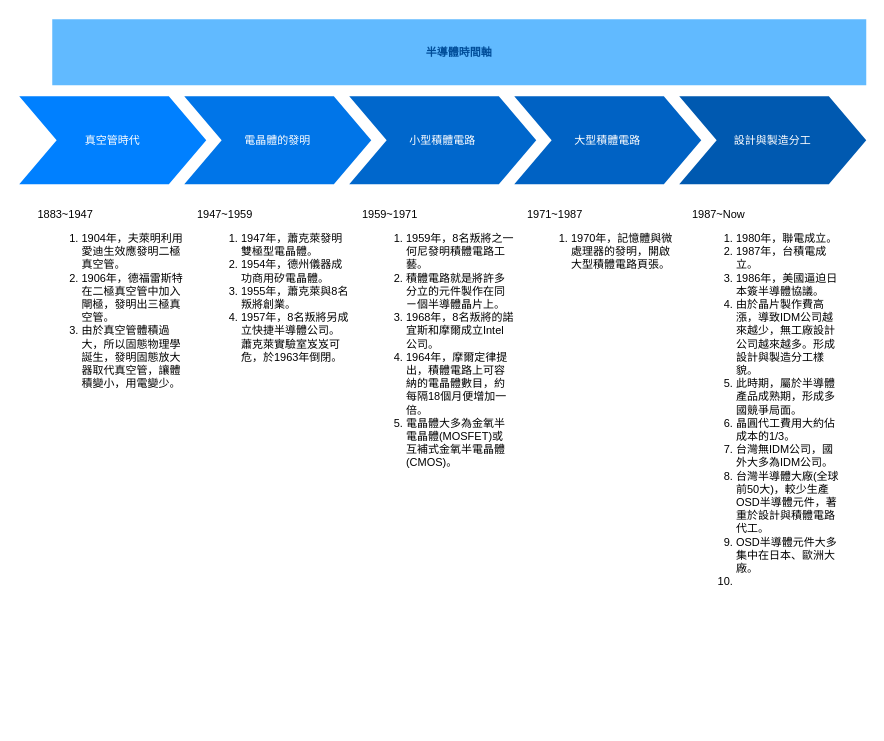
This is page "半導體時間軸" (2 of 2) of Notion.drawio from wecan-huang/Diagrams, a draw.io file, before an edit. Source tidied: cells renumbered, new cells numbered last; positions are measured from the earlier drawing's top-left corner, leaving out a move shared by most shapes. Both pictures are drawn from the tidied source at 110%, with x=0, y=0 at pixel (19, 19).
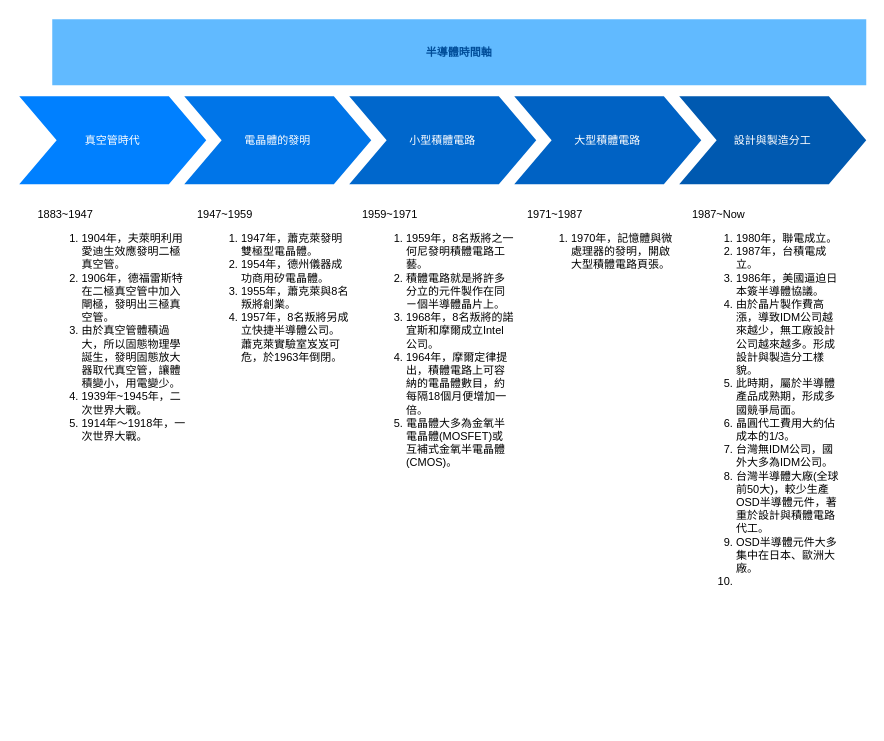
After the change.

Commit message:
add 世界大戰時間

Change to the diagram source:
```diff
@@
 <mxGraphModel>
   <root>
     <mxCell id="0" />
     <mxCell id="1" parent="0" />
     <mxCell id="2" value="真空管時代" style="shape=step;whiteSpace=wrap;html=1;fontSize=10;fillColor=#0080FF;fontColor=#FFFFFF;strokeColor=none;" parent="1" vertex="1">
       <mxGeometry y="70" width="170" height="80" as="geometry" />
     </mxCell>
     <mxCell id="3" value="&lt;font style=&quot;font-size: 10px;&quot;&gt;電晶體的發明&lt;/font&gt;" style="shape=step;whiteSpace=wrap;html=1;fontSize=10;fillColor=#0075E8;fontColor=#FFFFFF;strokeColor=none;" parent="1" vertex="1">
       <mxGeometry x="150" y="70" width="170" height="80" as="geometry" />
     </mxCell>
     <mxCell id="4" value="小型積體電路" style="shape=step;whiteSpace=wrap;html=1;fontSize=10;fillColor=#0067CC;fontColor=#FFFFFF;strokeColor=none;" parent="1" vertex="1">
       <mxGeometry x="300" y="70" width="170" height="80" as="geometry" />
     </mxCell>
     <mxCell id="5" value="大型積體電路" style="shape=step;whiteSpace=wrap;html=1;fontSize=10;fillColor=#0062C4;fontColor=#FFFFFF;strokeColor=none;" parent="1" vertex="1">
       <mxGeometry x="450" y="70" width="170" height="80" as="geometry" />
     </mxCell>
     <mxCell id="6" value="設計與製造分工" style="shape=step;whiteSpace=wrap;html=1;fontSize=10;fillColor=#0059B0;fontColor=#FFFFFF;strokeColor=none;" parent="1" vertex="1">
       <mxGeometry x="600" y="70" width="170" height="80" as="geometry" />
     </mxCell>
     <mxCell id="7" value="半導體時間軸" style="text;html=1;strokeColor=none;fillColor=#61BAFF;align=center;verticalAlign=middle;whiteSpace=wrap;fontSize=10;fontStyle=1;fontColor=#004D99;" parent="1" vertex="1">
       <mxGeometry x="30" width="740" height="60" as="geometry" />
     </mxCell>
     <mxCell id="8" value="&lt;div style=&quot;font-size: 10px;&quot;&gt;&lt;font style=&quot;font-size: 10px;&quot;&gt;1947~1959&lt;/font&gt;&lt;/div&gt;&lt;ol style=&quot;font-size: 10px;&quot;&gt;&lt;li style=&quot;font-size: 10px;&quot;&gt;&lt;font style=&quot;font-size: 10px;&quot;&gt;1947年，蕭克萊發明雙極型電晶體。&lt;br style=&quot;font-size: 10px;&quot;&gt;&lt;/font&gt;&lt;/li&gt;&lt;li style=&quot;font-size: 10px;&quot;&gt;&lt;font style=&quot;font-size: 10px;&quot;&gt;1954年，德州儀器成功商用矽電晶體。&lt;/font&gt;&lt;/li&gt;&lt;li style=&quot;font-size: 10px;&quot;&gt;1955年，蕭克萊與8名叛將創業。&lt;/li&gt;&lt;li style=&quot;font-size: 10px;&quot;&gt;1957年，8名叛將另成立快捷半導體公司。蕭克萊實驗室岌岌可危，於1963年倒閉。&lt;/li&gt;&lt;/ol&gt;" style="text;spacingTop=-5;fillColor=#ffffff;whiteSpace=wrap;html=1;align=left;fontSize=10;fontFamily=Helvetica;fillColor=none;strokeColor=none;" parent="1" vertex="1">
       <mxGeometry x="160" y="170" width="140" height="470" as="geometry" />
     </mxCell>
     <mxCell id="9" value="1959~1971&lt;br&gt;&lt;ol&gt;&lt;li&gt;1959年，8名叛將之一何尼發明積體電路工藝。&lt;/li&gt;&lt;li&gt;積體電路就是將許多分立的元件製作在同ㄧ個半導體晶片上。&lt;/li&gt;&lt;li&gt;1968年，8名叛將的諾宜斯和摩爾成立Intel公司。&lt;/li&gt;&lt;li&gt;1964年，摩爾定律提出，&lt;span style=&quot;caret-color: rgb(32, 33, 34);&quot;&gt;&lt;font style=&quot;font-size: 10px;&quot;&gt;積體電路上可容納的電晶體數目，約每隔18個月便增加一倍&lt;/font&gt;&lt;/span&gt;&lt;span style=&quot;caret-color: rgb(32, 33, 34);&quot;&gt;。&lt;/span&gt;&lt;/li&gt;&lt;li&gt;&lt;span style=&quot;caret-color: rgb(32, 33, 34);&quot;&gt;電晶體大多為金氧半電晶體(MOSFET)或互補式金氧半電晶體(CMOS)。&lt;/span&gt;&lt;/li&gt;&lt;/ol&gt;" style="text;spacingTop=-5;fillColor=#ffffff;whiteSpace=wrap;html=1;align=left;fontSize=10;fontFamily=Helvetica;fillColor=none;strokeColor=none;" parent="1" vertex="1">
       <mxGeometry x="310" y="170" width="140" height="470" as="geometry" />
     </mxCell>
     <mxCell id="10" value="1971~1987&lt;br&gt;&lt;ol&gt;&lt;li&gt;1970年，記憶體與微處理器的發明，開啟大型積體電路頁張。&lt;/li&gt;&lt;/ol&gt;" style="text;spacingTop=-5;fillColor=#ffffff;whiteSpace=wrap;html=1;align=left;fontSize=10;fontFamily=Helvetica;fillColor=none;strokeColor=none;" parent="1" vertex="1">
       <mxGeometry x="460" y="170" width="140" height="470" as="geometry" />
     </mxCell>
     <mxCell id="11" value="1987~Now&lt;br&gt;&lt;ol&gt;&lt;li&gt;1980年，聯電成立。&lt;/li&gt;&lt;li&gt;1987年，台積電成立。&lt;/li&gt;&lt;li&gt;1986年，美國逼迫日本簽半導體協議。&lt;/li&gt;&lt;li&gt;由於晶片製作費高漲，導致IDM公司越來越少，無工廠設計公司越來越多。形成設計與製造分工樣貌。&lt;/li&gt;&lt;li&gt;此時期，屬於半導體產品成熟期，形成多國競爭局面。&lt;/li&gt;&lt;li&gt;晶圓代工費用大約佔成本的1/3。&lt;/li&gt;&lt;li&gt;台灣無IDM公司，國外大多為IDM公司。&lt;/li&gt;&lt;li&gt;台灣半導體大廠(全球前50大)，較少生產OSD半導體元件，著重於設計與積體電路代工。&lt;/li&gt;&lt;li&gt;OSD半導體元件大多集中在日本、歐洲大廠。&lt;/li&gt;&lt;li&gt;&lt;br&gt;&lt;/li&gt;&lt;/ol&gt;" style="text;spacingTop=-5;fillColor=#ffffff;whiteSpace=wrap;html=1;align=left;fontSize=10;fontFamily=Helvetica;fillColor=none;strokeColor=none;" parent="1" vertex="1">
       <mxGeometry x="610" y="170" width="140" height="470" as="geometry" />
     </mxCell>
-    <mxCell id="12" value="&lt;div style=&quot;font-size: 10px;&quot;&gt;1883~1947&lt;/div&gt;&lt;div&gt;&lt;ol&gt;&lt;li&gt;1904年，夫萊明利用愛迪生效應發明二極真空管。&lt;/li&gt;&lt;li&gt;1906年，德福雷斯特在二極真空管中加入閘極，發明出三極真空管。&lt;/li&gt;&lt;li&gt;由於真空管體積過大，所以固態物理學誕生，發明固態放大器取代真空管，讓體積變小，用電變少。&lt;/li&gt;&lt;/ol&gt;&lt;/div&gt;" style="text;spacingTop=-5;fillColor=#ffffff;whiteSpace=wrap;html=1;align=left;fontSize=10;fontFamily=Helvetica;fillColor=none;strokeColor=none;" parent="1" vertex="1">
+    <mxCell id="12" value="&lt;div style=&quot;font-size: 10px;&quot;&gt;1883~1947&lt;/div&gt;&lt;div&gt;&lt;ol&gt;&lt;li&gt;1904年，夫萊明利用愛迪生效應發明二極真空管。&lt;/li&gt;&lt;li&gt;1906年，德福雷斯特在二極真空管中加入閘極，發明出三極真空管。&lt;/li&gt;&lt;li&gt;由於真空管體積過大，所以固態物理學誕生，發明固態放大器取代真空管，讓體積變小，用電變少。&lt;/li&gt;&lt;li&gt;1939年~1945年，二次世界大戰。&lt;/li&gt;&lt;li&gt;1914年～1918年，一次世界大戰。&lt;/li&gt;&lt;/ol&gt;&lt;/div&gt;" style="text;spacingTop=-5;fillColor=#ffffff;whiteSpace=wrap;html=1;align=left;fontSize=10;fontFamily=Helvetica;fillColor=none;strokeColor=none;" parent="1" vertex="1">
       <mxGeometry x="15" y="170" width="140" height="470" as="geometry" />
     </mxCell>
   </root>
 </mxGraphModel>
```
